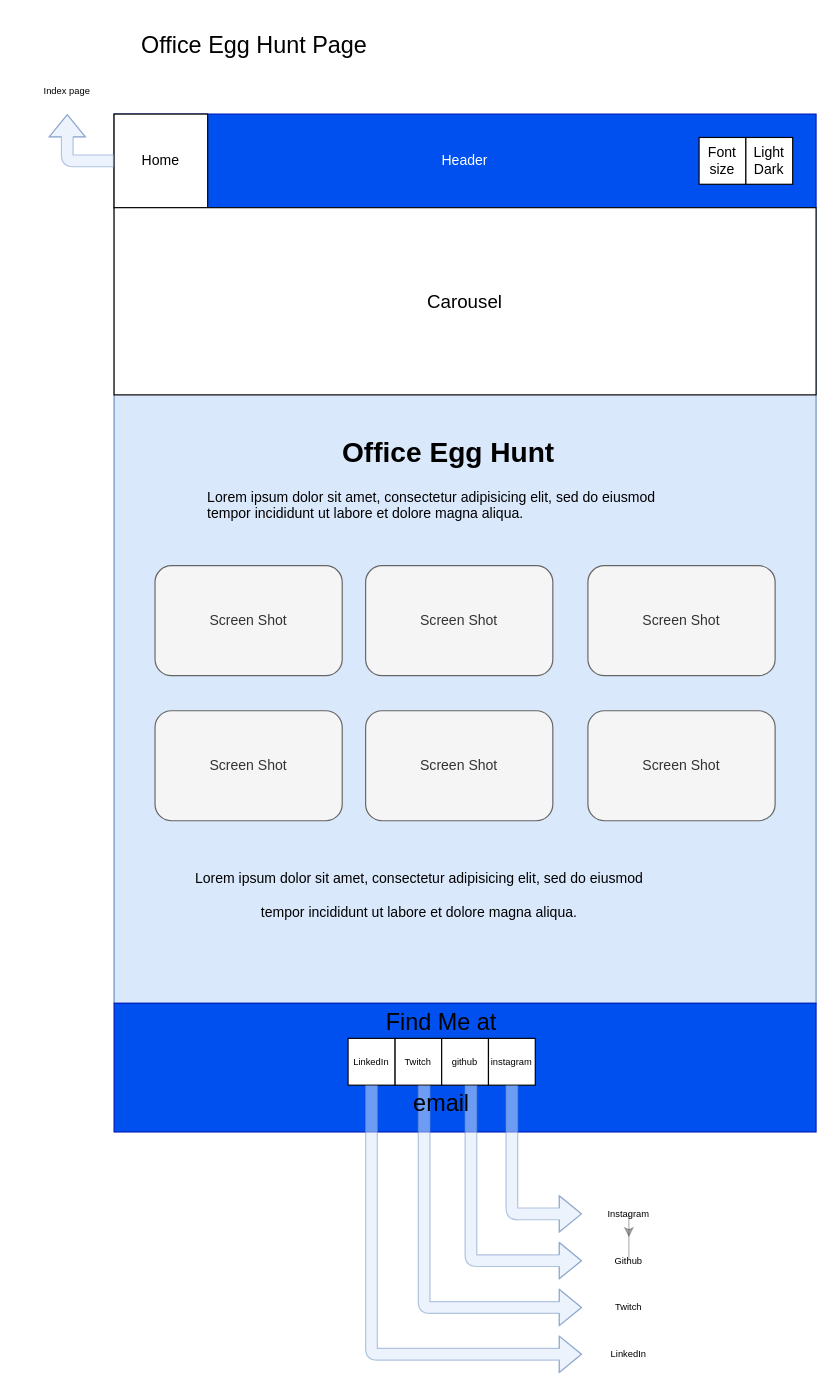
The draw.io diagram page "Egg Hunt" (3 of 5) of Assets/Diagrams/Wireframe.drawio in louie-jones-strong/louie-jones-strong.github.io, before the edit. Source tidied: cells renumbered, new cells numbered last; positions are measured from the earlier drawing's top-left corner, leaving out a move shared by most shapes. Both pictures are drawn from the tidied source at 117%, with x=0, y=0 at pixel (20, 20).
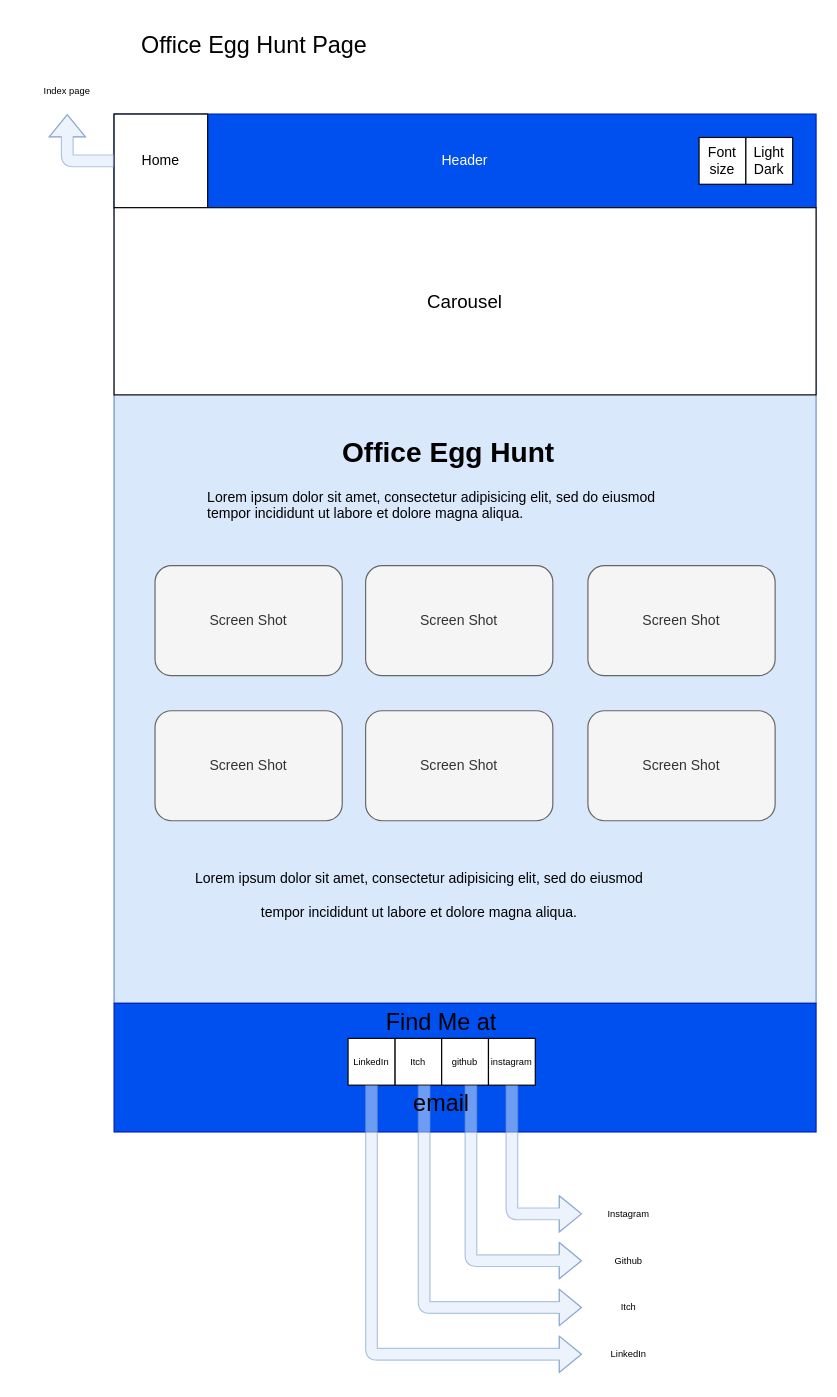
Above is the later version.

Commit message (it also covers changes not shown here):
Image Borders added. Twitch changed to Itch.

Unchanged cells that the change refers to:
```xml
<mxCell id="19" value="Instagram" style="text;html=1;strokeColor=none;fillColor=none;align=center;verticalAlign=middle;whiteSpace=wrap;rounded=0;fontSize=8;" parent="1" vertex="1">
  <mxGeometry x="480" y="1000" width="80" height="40" as="geometry" />
</mxCell>
<mxCell id="24" value="Github" style="text;html=1;strokeColor=none;fillColor=none;align=center;verticalAlign=middle;whiteSpace=wrap;rounded=0;fontSize=8;" parent="1" vertex="1">
  <mxGeometry x="480" y="1040" width="80" height="40" as="geometry" />
</mxCell>
```

Change to the diagram source:
```diff
@@
-    <mxCell id="13" value="Twitch" style="rounded=0;whiteSpace=wrap;html=1;fontSize=8;align=center;" parent="1" vertex="1">
+    <mxCell id="13" value="Itch" style="rounded=0;whiteSpace=wrap;html=1;fontSize=8;align=center;" parent="1" vertex="1">
       <mxGeometry x="320" y="870" width="40" height="40" as="geometry" />
     </mxCell>
@@
-    <mxCell id="18" style="edgeStyle=orthogonalEdgeStyle;rounded=0;jettySize=auto;html=1;exitX=0.5;exitY=1;exitDx=0;exitDy=0;labelBackgroundColor=none;fontSize=8;fillColor=#ffffff;opacity=30;" parent="1" edge="1" source="19" target="24">
-      <mxGeometry relative="1" as="geometry" />
-    </mxCell>
@@
-    <mxCell id="25" value="Twitch" style="text;html=1;strokeColor=none;fillColor=none;align=center;verticalAlign=middle;whiteSpace=wrap;rounded=0;fontSize=8;" parent="1" vertex="1">
+    <mxCell id="25" value="Itch" style="text;html=1;strokeColor=none;fillColor=none;align=center;verticalAlign=middle;whiteSpace=wrap;rounded=0;fontSize=8;" parent="1" vertex="1">
       <mxGeometry x="480" y="1080" width="80" height="40" as="geometry" />
     </mxCell>
```
